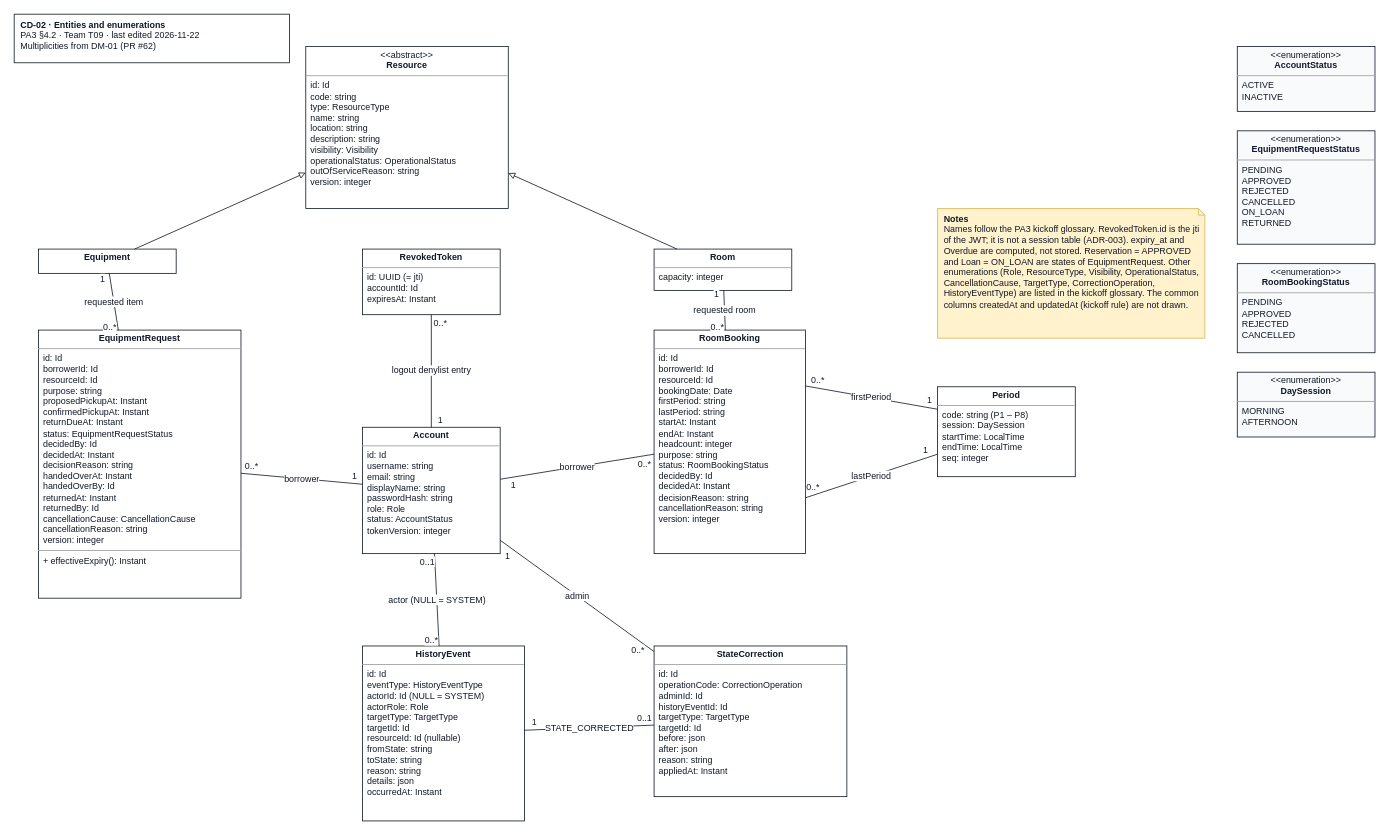
Earlier version of the draw.io diagram docs/design/diagrams/CD-02_entities.drawio (JuliaTrang/T09-CampusBorrow). Source tidied: cells renumbered, new cells numbered last; positions are measured from the earlier drawing's top-left corner, leaving out a move shared by most shapes. Both pictures are drawn from the tidied source at 81%, with x=0, y=0 at pixel (14, 14).
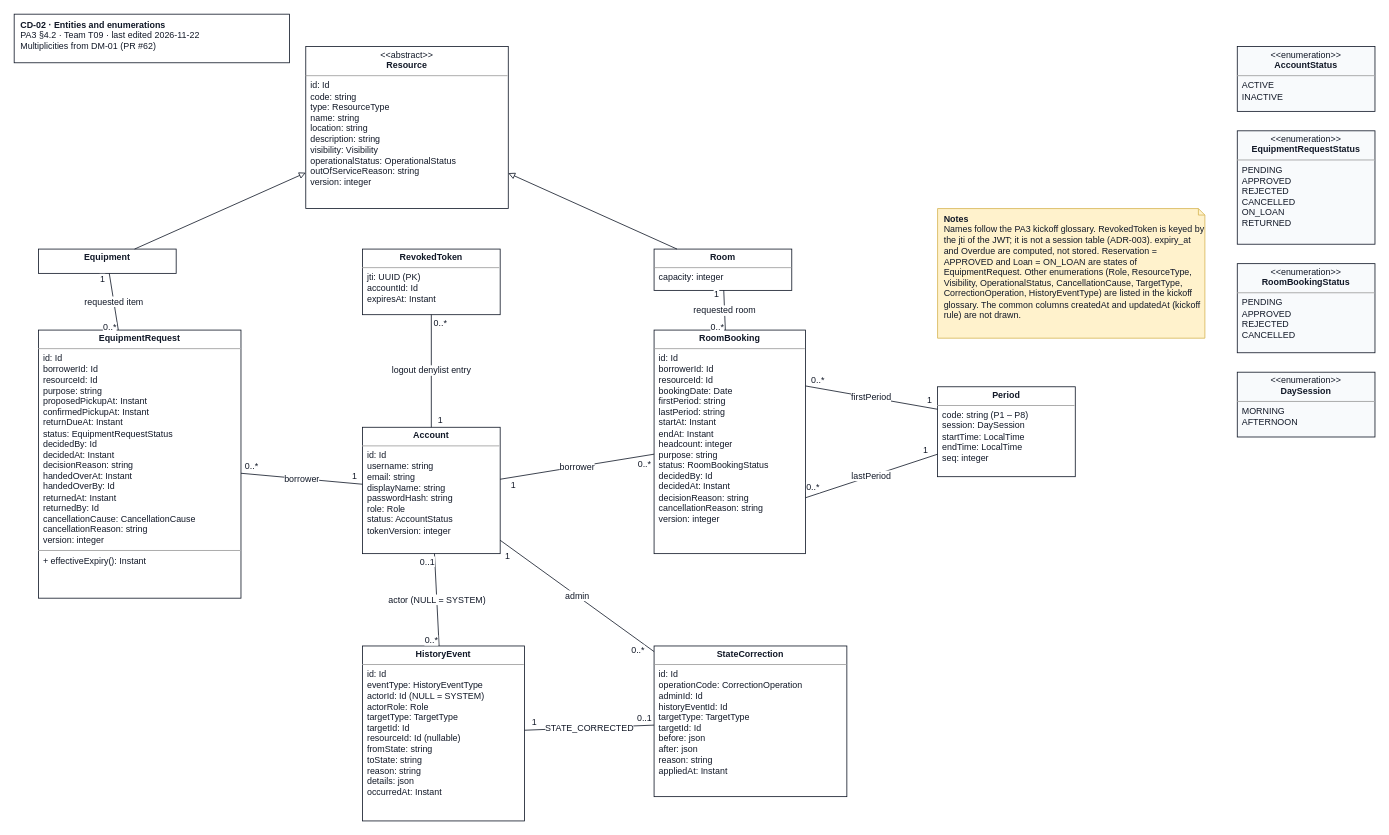
After the change.

What changed in the source:
```diff
@@
-    <mxCell id="6" value="&lt;p style=&quot;margin:0px;margin-top:4px;text-align:center;&quot;&gt;&lt;b&gt;RevokedToken&lt;/b&gt;&lt;/p&gt;&lt;hr size=&quot;1&quot;/&gt;&lt;p style=&quot;margin:0px;margin-left:6px;&quot;&gt;id: UUID  (= jti)&lt;br&gt;accountId: Id&lt;br&gt;expiresAt: Instant&lt;/p&gt;" style="verticalAlign=top;align=left;overflow=fill;html=1;whiteSpace=wrap;rounded=0;strokeColor=#111827;fillColor=#ffffff;fontFamily=Arial;fontSize=11;fontColor=#111827;" parent="1" vertex="1">
+    <mxCell id="6" value="&lt;p style=&quot;margin:0px;margin-top:4px;text-align:center;&quot;&gt;&lt;b&gt;RevokedToken&lt;/b&gt;&lt;/p&gt;&lt;hr size=&quot;1&quot;/&gt;&lt;p style=&quot;margin:0px;margin-left:6px;&quot;&gt;jti: UUID (PK)&lt;br&gt;accountId: Id&lt;br&gt;expiresAt: Instant&lt;/p&gt;" style="verticalAlign=top;align=left;overflow=fill;html=1;whiteSpace=wrap;rounded=0;strokeColor=#111827;fillColor=#ffffff;fontFamily=Arial;fontSize=11;fontColor=#111827;" parent="1" vertex="1">
       <mxGeometry x="430" y="290" width="170" height="81" as="geometry" />
     </mxCell>
@@
-    <mxCell id="49" value="&lt;b&gt;Notes&lt;/b&gt;&lt;br&gt;Names follow the PA3 kickoff glossary. RevokedToken.id is the jti of the JWT; it is not a session table (ADR-003). expiry_at and Overdue are computed, not stored. Reservation = APPROVED and Loan = ON_LOAN are states of EquipmentRequest. Other enumerations (Role, ResourceType, Visibility, OperationalStatus, CancellationCause, TargetType, CorrectionOperation, HistoryEventType) are listed in the kickoff glossary. The common columns createdAt and updatedAt (kickoff rule) are not drawn." style="shape=note;size=8;whiteSpace=wrap;html=1;align=left;verticalAlign=top;spacingLeft=6;fillColor=#fff2cc;strokeColor=#d6b656;fontFamily=Arial;fontSize=11;fontColor=#111827;" parent="1" vertex="1">
+    <mxCell id="49" value="&lt;b&gt;Notes&lt;/b&gt;&lt;br&gt;Names follow the PA3 kickoff glossary. RevokedToken is keyed by the jti of the JWT; it is not a session table (ADR-003). expiry_at and Overdue are computed, not stored. Reservation = APPROVED and Loan = ON_LOAN are states of EquipmentRequest. Other enumerations (Role, ResourceType, Visibility, OperationalStatus, CancellationCause, TargetType, CorrectionOperation, HistoryEventType) are listed in the kickoff glossary. The common columns createdAt and updatedAt (kickoff rule) are not drawn." style="shape=note;size=8;whiteSpace=wrap;html=1;align=left;verticalAlign=top;spacingLeft=6;fillColor=#fff2cc;strokeColor=#d6b656;fontFamily=Arial;fontSize=11;fontColor=#111827;" parent="1" vertex="1">
       <mxGeometry x="1140" y="240" width="330" height="160" as="geometry" />
     </mxCell>
```
